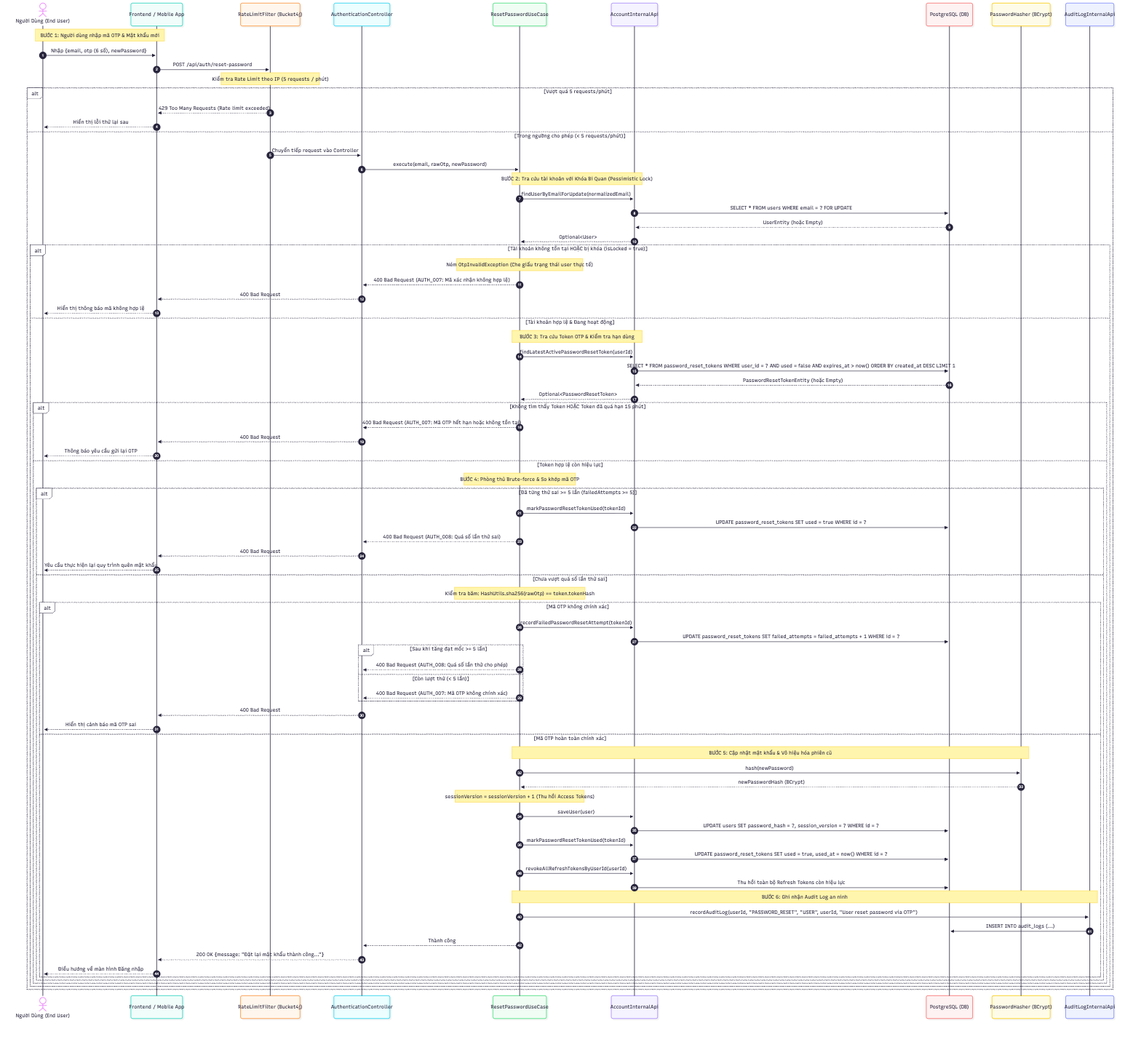
Above: docs/BE_WorkFlows/Auth/Auth_ResetPassword_Flow.png in capkimkhanh2k5/PBL6_HTTT (Mermaid), before the change. Its source is kept beside it as docs/BE_WorkFlows/Auth/Auth_ResetPassword_Flow.mmd. Its diagram source:
```mermaid
sequenceDiagram
    autonumber
    actor User as Người Dùng (End User)
    participant FE as Frontend / Mobile App
    participant Filter as RateLimitFilter (Bucket4j)
    participant Ctrl as AuthenticationController
    participant UC as ResetPasswordUseCase
    participant AccApi as AccountInternalApi
    participant DB as PostgreSQL (DB)
    participant Hasher as PasswordHasher (BCrypt)
    participant Audit as AuditLogInternalApi

    Note over User, FE: BƯỚC 1: Người dùng nhập mã OTP & Mật khẩu mới
    User->>FE: Nhập {email, otp (6 số), newPassword}
    FE->>Filter: POST /api/auth/reset-password

    Note over Filter: Kiểm tra Rate Limit theo IP (5 requests / phút)
    alt Vượt quá 5 requests/phút
        Filter-->>FE: 429 Too Many Requests (Rate limit exceeded)
        FE-->>User: Hiển thị lỗi thử lại sau
    else Trong ngưỡng cho phép (< 5 requests/phút)
        Filter->>Ctrl: Chuyển tiếp request vào Controller
        Ctrl->>UC: execute(email, rawOtp, newPassword)

        Note over UC, AccApi: BƯỚC 2: Tra cứu tài khoản với Khóa Bi Quan (Pessimistic Lock)
        UC->>AccApi: findUserByEmailForUpdate(normalizedEmail)
        AccApi->>DB: SELECT * FROM users WHERE email = ? FOR UPDATE
        DB-->>AccApi: UserEntity (hoặc Empty)
        AccApi-->>UC: Optional<User>

        alt Tài khoản không tồn tại HOẶC bị khóa (isLocked = true)
            Note over UC: Ném OtpInvalidException (Che giấu trạng thái user thực tế)
            UC-->>Ctrl: 400 Bad Request (AUTH_007: Mã xác nhận không hợp lệ)
            Ctrl-->>FE: 400 Bad Request
            FE-->>User: Hiển thị thông báo mã không hợp lệ
        else Tài khoản hợp lệ & Đang hoạt động
            Note over UC, AccApi: BƯỚC 3: Tra cứu Token OTP & Kiểm tra hạn dùng
            UC->>AccApi: findLatestActivePasswordResetToken(userId)
            AccApi->>DB: SELECT * FROM password_reset_tokens WHERE user_id = ? AND used = false AND expires_at > now() ORDER BY created_at DESC LIMIT 1
            DB-->>AccApi: PasswordResetTokenEntity (hoặc Empty)
            AccApi-->>UC: Optional<PasswordResetToken>

            alt Không tìm thấy Token HOẶC Token đã quá hạn 15 phút
                UC-->>Ctrl: 400 Bad Request (AUTH_007: Mã OTP hết hạn hoặc không tồn tại)
                Ctrl-->>FE: 400 Bad Request
                FE-->>User: Thông báo yêu cầu gửi lại OTP
            else Token hợp lệ còn hiệu lực
                Note over UC: BƯỚC 4: Phòng thủ Brute-force & So khớp mã OTP
                alt Đã từng thử sai >= 5 lần (failedAttempts >= 5)
                    UC->>AccApi: markPasswordResetTokenUsed(tokenId)
                    AccApi->>DB: UPDATE password_reset_tokens SET used = true WHERE id = ?
                    UC-->>Ctrl: 400 Bad Request (AUTH_008: Quá số lần thử sai)
                    Ctrl-->>FE: 400 Bad Request
                    FE-->>User: Yêu cầu thực hiện lại quy trình quên mật khẩu
                else Chưa vượt quá số lần thử sai
                    Note over UC: Kiểm tra băm: HashUtils.sha256(rawOtp) == token.tokenHash
                    alt Mã OTP không chính xác
                        UC->>AccApi: recordFailedPasswordResetAttempt(tokenId)
                        AccApi->>DB: UPDATE password_reset_tokens SET failed_attempts = failed_attempts + 1 WHERE id = ?
                        alt Sau khi tăng đạt mốc >= 5 lần
                            UC-->>Ctrl: 400 Bad Request (AUTH_008: Quá số lần thử cho phép)
                        else Còn lượt thử (< 5 lần)
                            UC-->>Ctrl: 400 Bad Request (AUTH_007: Mã OTP không chính xác)
                        end
                        Ctrl-->>FE: 400 Bad Request
                        FE-->>User: Hiển thị cảnh báo mã OTP sai
                    else Mã OTP hoàn toàn chính xác
                        Note over UC, Hasher: BƯỚC 5: Cập nhật mật khẩu & Vô hiệu hóa phiên cũ
                        UC->>Hasher: hash(newPassword)
                        Hasher-->>UC: newPasswordHash (BCrypt)
                        Note over UC: sessionVersion = sessionVersion + 1 (Thu hồi Access Tokens)
                        UC->>AccApi: saveUser(user)
                        AccApi->>DB: UPDATE users SET password_hash = ?, session_version = ? WHERE id = ?

                        UC->>AccApi: markPasswordResetTokenUsed(tokenId)
                        AccApi->>DB: UPDATE password_reset_tokens SET used = true, used_at = now() WHERE id = ?

                        UC->>AccApi: revokeAllRefreshTokensByUserId(userId)
                        AccApi->>DB: Thu hồi toàn bộ Refresh Tokens còn hiệu lực

                        Note over UC, Audit: BƯỚC 6: Ghi nhận Audit Log an ninh
                        UC->>Audit: recordAuditLog(userId, "PASSWORD_RESET", "USER", userId, "User reset password via OTP")
                        Audit->>DB: INSERT INTO audit_logs (...)

                        UC-->>Ctrl: Thành công
                        Ctrl-->>FE: 200 OK {message: "Đặt lại mật khẩu thành công..."}
                        FE-->>User: Điều hướng về màn hình Đăng nhập
                    end
                end
            end
        end
    end
```
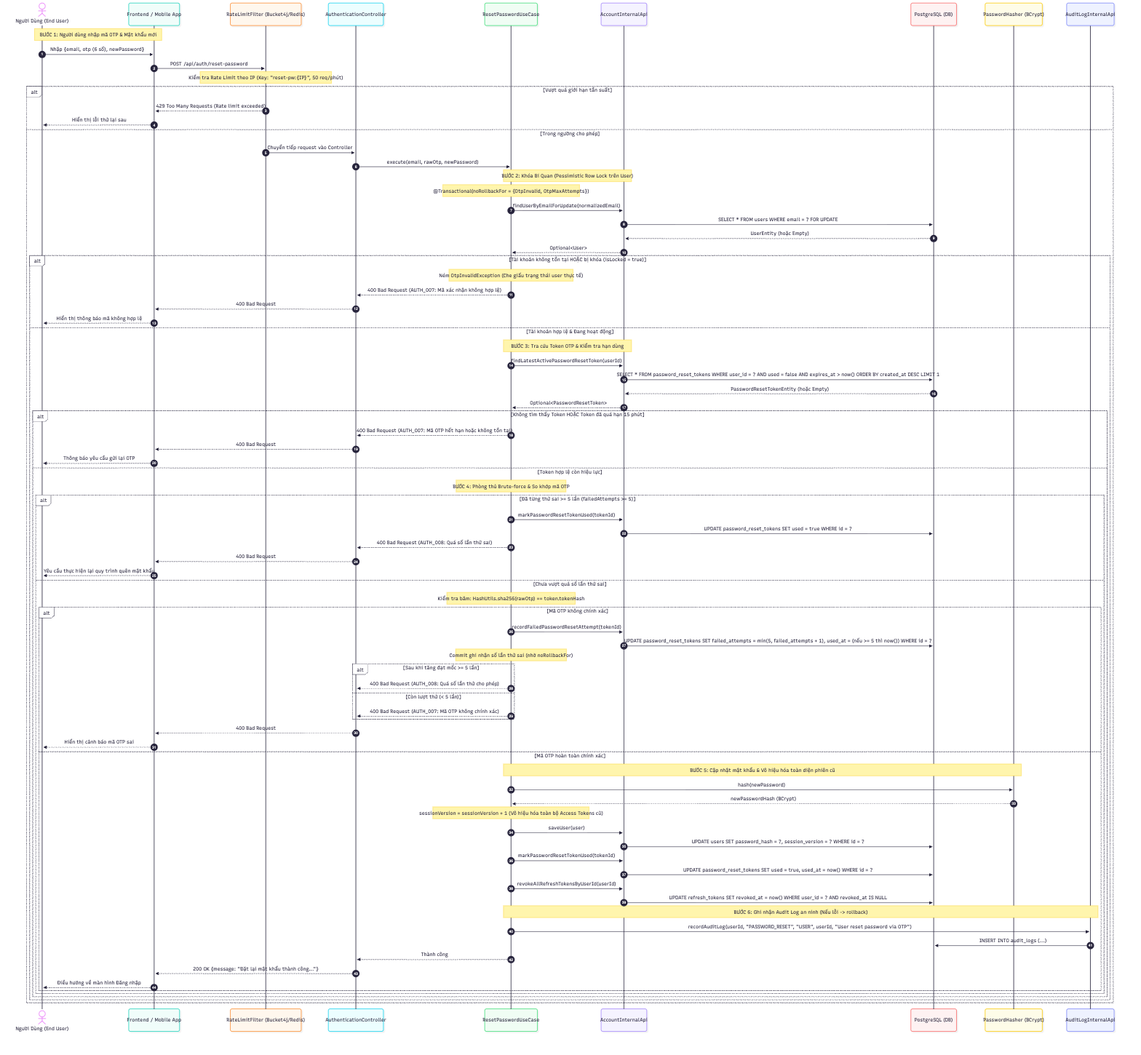
The same diagram one commit later.

Commit message:
docs(workflows): refine auth diagrams to match 100% finalized security implementation

Change to the diagram source:
```diff
@@ -2,7 +2,7 @@
     autonumber
     actor User as Người Dùng (End User)
     participant FE as Frontend / Mobile App
-    participant Filter as RateLimitFilter (Bucket4j)
+    participant Filter as RateLimitFilter (Bucket4j/Redis)
     participant Ctrl as AuthenticationController
     participant UC as ResetPasswordUseCase
     participant AccApi as AccountInternalApi
@@ -14,15 +14,16 @@
     User->>FE: Nhập {email, otp (6 số), newPassword}
     FE->>Filter: POST /api/auth/reset-password
 
-    Note over Filter: Kiểm tra Rate Limit theo IP (5 requests / phút)
-    alt Vượt quá 5 requests/phút
+    Note over Filter: Kiểm tra Rate Limit theo IP (Key: "reset-pw:{IP}", 50 req/phút)
+    alt Vượt quá giới hạn tần suất
         Filter-->>FE: 429 Too Many Requests (Rate limit exceeded)
         FE-->>User: Hiển thị lỗi thử lại sau
-    else Trong ngưỡng cho phép (< 5 requests/phút)
+    else Trong ngưỡng cho phép
         Filter->>Ctrl: Chuyển tiếp request vào Controller
         Ctrl->>UC: execute(email, rawOtp, newPassword)
 
-        Note over UC, AccApi: BƯỚC 2: Tra cứu tài khoản với Khóa Bi Quan (Pessimistic Lock)
+        Note over UC, AccApi: BƯỚC 2: Khóa Bi Quan (Pessimistic Row Lock trên User)
+        Note over UC: @Transactional(noRollbackFor = {OtpInvalid, OtpMaxAttempts})
         UC->>AccApi: findUserByEmailForUpdate(normalizedEmail)
         AccApi->>DB: SELECT * FROM users WHERE email = ? FOR UPDATE
         DB-->>AccApi: UserEntity (hoặc Empty)
@@ -56,7 +57,8 @@
                     Note over UC: Kiểm tra băm: HashUtils.sha256(rawOtp) == token.tokenHash
                     alt Mã OTP không chính xác
                         UC->>AccApi: recordFailedPasswordResetAttempt(tokenId)
-                        AccApi->>DB: UPDATE password_reset_tokens SET failed_attempts = failed_attempts + 1 WHERE id = ?
+                        AccApi->>DB: UPDATE password_reset_tokens SET failed_attempts = min(5, failed_attempts + 1), used_at = (nếu >= 5 thì now()) WHERE id = ?
+                        Note over UC: Commit ghi nhận số lần thử sai (nhờ noRollbackFor)
                         alt Sau khi tăng đạt mốc >= 5 lần
                             UC-->>Ctrl: 400 Bad Request (AUTH_008: Quá số lần thử cho phép)
                         else Còn lượt thử (< 5 lần)
@@ -65,10 +67,10 @@
                         Ctrl-->>FE: 400 Bad Request
                         FE-->>User: Hiển thị cảnh báo mã OTP sai
                     else Mã OTP hoàn toàn chính xác
-                        Note over UC, Hasher: BƯỚC 5: Cập nhật mật khẩu & Vô hiệu hóa phiên cũ
+                        Note over UC, Hasher: BƯỚC 5: Cập nhật mật khẩu & Vô hiệu hóa toàn diện phiên cũ
                         UC->>Hasher: hash(newPassword)
                         Hasher-->>UC: newPasswordHash (BCrypt)
-                        Note over UC: sessionVersion = sessionVersion + 1 (Thu hồi Access Tokens)
+                        Note over UC: sessionVersion = sessionVersion + 1 (Vô hiệu hóa toàn bộ Access Tokens cũ)
                         UC->>AccApi: saveUser(user)
                         AccApi->>DB: UPDATE users SET password_hash = ?, session_version = ? WHERE id = ?
 
@@ -76,9 +78,9 @@
                         AccApi->>DB: UPDATE password_reset_tokens SET used = true, used_at = now() WHERE id = ?
 
                         UC->>AccApi: revokeAllRefreshTokensByUserId(userId)
-                        AccApi->>DB: Thu hồi toàn bộ Refresh Tokens còn hiệu lực
+                        AccApi->>DB: UPDATE refresh_tokens SET revoked_at = now() WHERE user_id = ? AND revoked_at IS NULL
 
-                        Note over UC, Audit: BƯỚC 6: Ghi nhận Audit Log an ninh
+                        Note over UC, Audit: BƯỚC 6: Ghi nhận Audit Log an ninh (Nếu lỗi -> rollback)
                         UC->>Audit: recordAuditLog(userId, "PASSWORD_RESET", "USER", userId, "User reset password via OTP")
                         Audit->>DB: INSERT INTO audit_logs (...)
 
```
